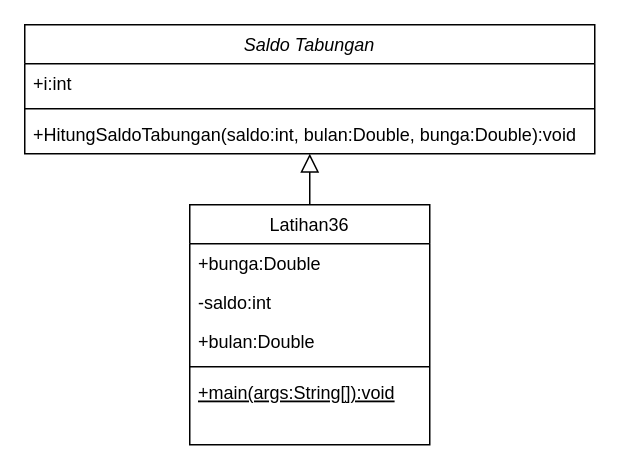
Earlier version of the draw.io diagram Latihan36.drawio (muhammadfauzanfadhlulbarr/PBO10K-10119176-Latihan-36-Target-Saldo-Tabungan). Source tidied: cells renumbered, new cells numbered last; positions are measured from the earlier drawing's top-left corner, leaving out a move shared by most shapes. Both pictures are drawn from the tidied source at 150%, with x=0, y=0 at pixel (24, 24).
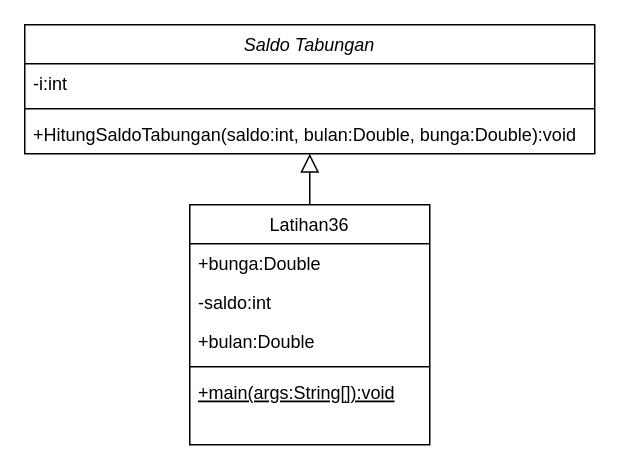
The same diagram, later.

Change to the diagram source:
```diff
@@
 <mxGraphModel>
   <root>
     <mxCell id="0" />
     <mxCell id="1" parent="0" />
     <mxCell id="2" value="Saldo Tabungan" style="swimlane;fontStyle=2;align=center;verticalAlign=top;horizontal=1;startSize=26;rounded=0;shadow=0;strokeWidth=1;" parent="1" vertex="1">
       <mxGeometry width="380" height="86" as="geometry" />
     </mxCell>
-    <mxCell id="3" value="+i:int" style="text;align=left;verticalAlign=top;spacingLeft=4;spacingRight=4;overflow=hidden;rounded=0;shadow=0;html=0;" parent="2" vertex="1">
+    <mxCell id="3" value="-i:int" style="text;align=left;verticalAlign=top;spacingLeft=4;spacingRight=4;overflow=hidden;rounded=0;shadow=0;html=0;" parent="2" vertex="1">
       <mxGeometry y="26" width="380" height="26" as="geometry" />
     </mxCell>
     <mxCell id="4" style="line;html=1;strokeWidth=1;align=left;verticalAlign=middle;spacingTop=-1;spacingLeft=3;spacingRight=3;labelPosition=right;" parent="2" vertex="1">
       <mxGeometry y="52" width="380" height="8" as="geometry" />
     </mxCell>
     <mxCell id="5" value="+HitungSaldoTabungan(saldo:int, bulan:Double, bunga:Double):void" style="text;align=left;verticalAlign=top;spacingLeft=4;spacingRight=4;overflow=hidden;" parent="2" vertex="1">
       <mxGeometry y="60" width="380" height="26" as="geometry" />
     </mxCell>
     <mxCell id="6" value="Latihan36" style="swimlane;fontStyle=0;align=center;verticalAlign=top;horizontal=1;startSize=26;rounded=0;shadow=0;strokeWidth=1;" parent="1" vertex="1">
       <mxGeometry x="110" y="120" width="160" height="160" as="geometry" />
     </mxCell>
     <mxCell id="7" value="+bunga:Double" style="text;align=left;verticalAlign=top;spacingLeft=4;spacingRight=4;overflow=hidden;" parent="6" vertex="1">
       <mxGeometry y="26" width="160" height="26" as="geometry" />
     </mxCell>
     <mxCell id="8" value="-saldo:int" style="text;align=left;verticalAlign=top;spacingLeft=4;spacingRight=4;overflow=hidden;rounded=0;shadow=0;html=0;" parent="6" vertex="1">
       <mxGeometry y="52" width="160" height="26" as="geometry" />
     </mxCell>
     <mxCell id="9" value="+bulan:Double" style="text;align=left;verticalAlign=top;spacingLeft=4;spacingRight=4;overflow=hidden;rounded=0;shadow=0;html=0;" parent="6" vertex="1">
       <mxGeometry y="78" width="160" height="26" as="geometry" />
     </mxCell>
     <mxCell id="10" style="line;html=1;strokeWidth=1;align=left;verticalAlign=middle;spacingTop=-1;spacingLeft=3;spacingRight=3;labelPosition=right;" parent="6" vertex="1">
       <mxGeometry y="104" width="160" height="8" as="geometry" />
     </mxCell>
     <mxCell id="11" value="+main(args:String[]):void" style="text;align=left;verticalAlign=top;spacingLeft=4;spacingRight=4;overflow=hidden;fontStyle=4;" parent="6" vertex="1">
       <mxGeometry y="112" width="160" height="18" as="geometry" />
     </mxCell>
     <mxCell id="12" style="endArrow=block;endSize=10;endFill=0;shadow=0;strokeWidth=1;rounded=0;edgeStyle=elbowEdgeStyle;elbow=vertical;" parent="1" edge="1" source="6" target="2">
       <mxGeometry relative="1" as="geometry" />
     </mxCell>
   </root>
 </mxGraphModel>
```
